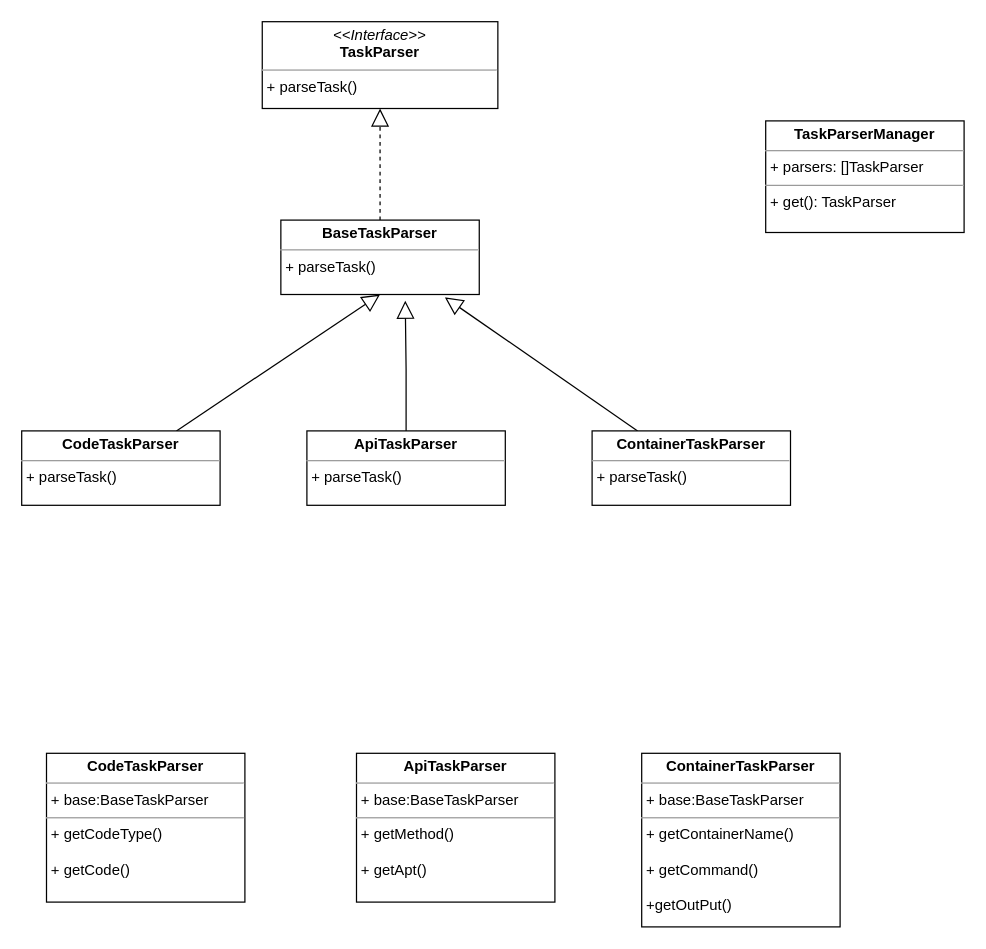
The draw.io diagram 任务解析类图.drawio in tianshengdiwangK/common, before the edit. Source tidied: cells renumbered, new cells numbered last; positions are measured from the earlier drawing's top-left corner, leaving out a move shared by most shapes. Both pictures are drawn from the tidied source at 124%, with x=0, y=0 at pixel (21, 21).
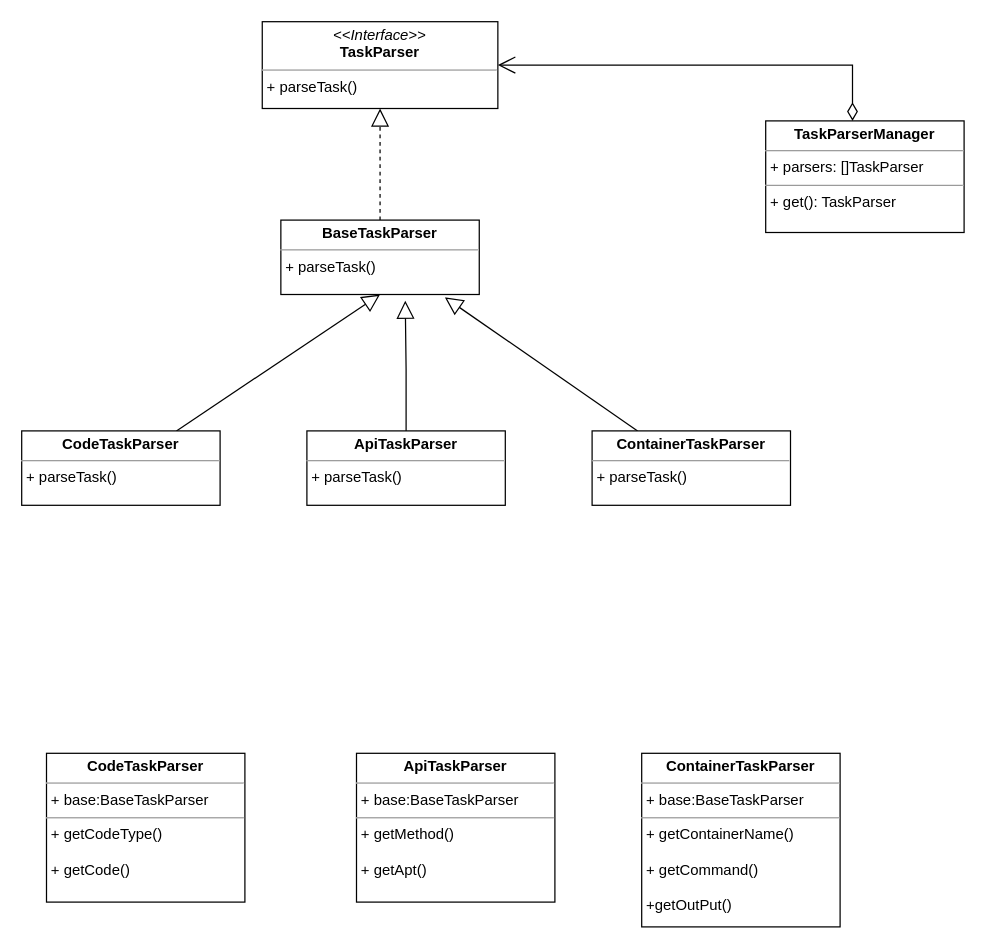
The same page after the edit.

Commit message (it also covers changes not shown here):
更新任务解析类图.drawio

The edit, as a diff of the source:
```diff
@@
 <mxGraphModel>
   <root>
     <mxCell id="0" />
     <mxCell id="1" parent="0" />
     <mxCell id="2" value="&lt;p style=&quot;margin:0px;margin-top:4px;text-align:center;&quot;&gt;&lt;i&gt;&amp;lt;&amp;lt;Interface&amp;gt;&amp;gt;&lt;/i&gt;&lt;br&gt;&lt;b&gt;TaskParser&lt;/b&gt;&lt;/p&gt;&lt;hr size=&quot;1&quot;&gt;&lt;p style=&quot;margin:0px;margin-left:4px;&quot;&gt;+ parseTask()&lt;br&gt;&lt;/p&gt;&lt;p style=&quot;margin:0px;margin-left:4px;&quot;&gt;&lt;br&gt;&lt;/p&gt;" style="verticalAlign=top;align=left;overflow=fill;fontSize=12;fontFamily=Helvetica;html=1;whiteSpace=wrap;" parent="1" vertex="1">
       <mxGeometry x="194" width="190" height="70" as="geometry" />
     </mxCell>
+    <mxCell id="15" style="rounded=0;jettySize=auto;html=1;entryX=1;entryY=0.5;entryDx=0;entryDy=0;edgeStyle=orthogonalEdgeStyle;endArrow=open;endFill=0;startArrow=diamondThin;startFill=0;endSize=12;startSize=12;" parent="1" edge="1" source="3" target="2">
+      <mxGeometry relative="1" as="geometry">
+        <Array as="points">
+          <mxPoint x="670" y="35" />
+        </Array>
+      </mxGeometry>
+    </mxCell>
     <mxCell id="3" value="&lt;p style=&quot;margin:0px;margin-top:4px;text-align:center;&quot;&gt;&lt;b&gt;TaskParserManager&lt;/b&gt;&lt;/p&gt;&lt;hr size=&quot;1&quot;&gt;&lt;p style=&quot;margin:0px;margin-left:4px;&quot;&gt;+ parsers: []TaskParser&lt;/p&gt;&lt;hr size=&quot;1&quot;&gt;&lt;p style=&quot;margin:0px;margin-left:4px;&quot;&gt;+ get(): TaskParser&lt;/p&gt;" style="verticalAlign=top;align=left;overflow=fill;fontSize=12;fontFamily=Helvetica;html=1;whiteSpace=wrap;" parent="1" vertex="1">
       <mxGeometry x="600" y="80" width="160" height="90" as="geometry" />
     </mxCell>
     <mxCell id="4" style="edgeStyle=orthogonalEdgeStyle;rounded=0;jettySize=auto;html=1;entryX=0.5;entryY=1;entryDx=0;entryDy=0;dashed=1;endArrow=block;endFill=0;endSize=12;" parent="1" edge="1" source="5" target="2">
       <mxGeometry relative="1" as="geometry" />
     </mxCell>
     <mxCell id="5" value="&lt;p style=&quot;margin:0px;margin-top:4px;text-align:center;&quot;&gt;&lt;b&gt;BaseTaskParser&lt;/b&gt;&lt;/p&gt;&lt;hr size=&quot;1&quot;&gt;&lt;p style=&quot;margin:0px;margin-left:4px;&quot;&gt;+ parseTask()&lt;/p&gt;" style="verticalAlign=top;align=left;overflow=fill;fontSize=12;fontFamily=Helvetica;html=1;whiteSpace=wrap;" parent="1" vertex="1">
       <mxGeometry x="209" y="160" width="160" height="60" as="geometry" />
     </mxCell>
     <mxCell id="6" value="&lt;p style=&quot;margin:0px;margin-top:4px;text-align:center;&quot;&gt;&lt;b&gt;CodeTaskParser&lt;/b&gt;&lt;/p&gt;&lt;hr size=&quot;1&quot;&gt;&lt;p style=&quot;margin:0px;margin-left:4px;&quot;&gt;+ base:BaseTaskParser&lt;/p&gt;&lt;hr size=&quot;1&quot;&gt;&lt;p style=&quot;margin:0px;margin-left:4px;&quot;&gt;+ getCodeType()&lt;/p&gt;&lt;p style=&quot;margin:0px;margin-left:4px;&quot;&gt;&lt;br&gt;&lt;/p&gt;&lt;p style=&quot;margin:0px;margin-left:4px;&quot;&gt;+ getCode()&lt;/p&gt;" style="verticalAlign=top;align=left;overflow=fill;fontSize=12;fontFamily=Helvetica;html=1;whiteSpace=wrap;" parent="1" vertex="1">
       <mxGeometry x="20" y="590" width="160" height="120" as="geometry" />
     </mxCell>
     <mxCell id="7" value="&lt;p style=&quot;margin:0px;margin-top:4px;text-align:center;&quot;&gt;&lt;b&gt;ApiTaskParser&lt;/b&gt;&lt;/p&gt;&lt;hr size=&quot;1&quot;&gt;&lt;p style=&quot;margin:0px;margin-left:4px;&quot;&gt;+ base:BaseTaskParser&lt;/p&gt;&lt;hr size=&quot;1&quot;&gt;&lt;p style=&quot;margin:0px;margin-left:4px;&quot;&gt;+ getMethod()&lt;/p&gt;&lt;p style=&quot;margin:0px;margin-left:4px;&quot;&gt;&lt;br&gt;&lt;/p&gt;&lt;p style=&quot;margin:0px;margin-left:4px;&quot;&gt;+ getApt()&lt;/p&gt;" style="verticalAlign=top;align=left;overflow=fill;fontSize=12;fontFamily=Helvetica;html=1;whiteSpace=wrap;" parent="1" vertex="1">
       <mxGeometry x="270" y="590" width="160" height="120" as="geometry" />
     </mxCell>
     <mxCell id="8" value="&lt;p style=&quot;margin:0px;margin-top:4px;text-align:center;&quot;&gt;&lt;b&gt;ContainerTaskParser&lt;/b&gt;&lt;/p&gt;&lt;hr size=&quot;1&quot;&gt;&lt;p style=&quot;margin:0px;margin-left:4px;&quot;&gt;+ base:BaseTaskParser&lt;/p&gt;&lt;hr size=&quot;1&quot;&gt;&lt;p style=&quot;margin:0px;margin-left:4px;&quot;&gt;+ getContainerName()&lt;/p&gt;&lt;p style=&quot;margin:0px;margin-left:4px;&quot;&gt;&lt;br&gt;&lt;/p&gt;&lt;p style=&quot;margin:0px;margin-left:4px;&quot;&gt;+ getCommand()&lt;/p&gt;&lt;p style=&quot;margin:0px;margin-left:4px;&quot;&gt;&lt;br&gt;&lt;/p&gt;&lt;p style=&quot;margin:0px;margin-left:4px;&quot;&gt;+getOutPut()&lt;/p&gt;&lt;p style=&quot;margin:0px;margin-left:4px;&quot;&gt;&lt;br&gt;&lt;/p&gt;" style="verticalAlign=top;align=left;overflow=fill;fontSize=12;fontFamily=Helvetica;html=1;whiteSpace=wrap;" parent="1" vertex="1">
       <mxGeometry x="500" y="590" width="160" height="140" as="geometry" />
     </mxCell>
     <mxCell id="9" style="rounded=0;jettySize=auto;html=1;entryX=0.5;entryY=1;entryDx=0;entryDy=0;endArrow=block;endFill=0;endSize=12;" parent="1" edge="1" source="10" target="5">
       <mxGeometry relative="1" as="geometry" />
     </mxCell>
     <mxCell id="10" value="&lt;p style=&quot;margin:0px;margin-top:4px;text-align:center;&quot;&gt;&lt;b&gt;CodeTaskParser&lt;/b&gt;&lt;/p&gt;&lt;hr size=&quot;1&quot;&gt;&lt;p style=&quot;margin:0px;margin-left:4px;&quot;&gt;+ parseTask()&lt;/p&gt;" style="verticalAlign=top;align=left;overflow=fill;fontSize=12;fontFamily=Helvetica;html=1;whiteSpace=wrap;" parent="1" vertex="1">
       <mxGeometry y="330" width="160" height="60" as="geometry" />
     </mxCell>
     <mxCell id="11" style="edgeStyle=orthogonalEdgeStyle;rounded=0;jettySize=auto;html=1;entryX=0.627;entryY=1.083;entryDx=0;entryDy=0;entryPerimeter=0;endArrow=block;endFill=0;endSize=12;" parent="1" edge="1" source="12" target="5">
       <mxGeometry relative="1" as="geometry" />
     </mxCell>
     <mxCell id="12" value="&lt;p style=&quot;margin:0px;margin-top:4px;text-align:center;&quot;&gt;&lt;b&gt;ApiTaskParser&lt;/b&gt;&lt;/p&gt;&lt;hr size=&quot;1&quot;&gt;&lt;p style=&quot;margin:0px;margin-left:4px;&quot;&gt;+ parseTask()&lt;/p&gt;" style="verticalAlign=top;align=left;overflow=fill;fontSize=12;fontFamily=Helvetica;html=1;whiteSpace=wrap;" parent="1" vertex="1">
       <mxGeometry x="230" y="330" width="160" height="60" as="geometry" />
     </mxCell>
     <mxCell id="13" style="rounded=0;jettySize=auto;html=1;entryX=0.827;entryY=1.039;entryDx=0;entryDy=0;entryPerimeter=0;endArrow=block;endFill=0;endSize=12;" parent="1" edge="1" source="14" target="5">
       <mxGeometry relative="1" as="geometry" />
     </mxCell>
     <mxCell id="14" value="&lt;p style=&quot;margin:0px;margin-top:4px;text-align:center;&quot;&gt;&lt;b&gt;ContainerTaskParser&lt;/b&gt;&lt;/p&gt;&lt;hr size=&quot;1&quot;&gt;&lt;p style=&quot;margin:0px;margin-left:4px;&quot;&gt;+ parseTask()&lt;/p&gt;" style="verticalAlign=top;align=left;overflow=fill;fontSize=12;fontFamily=Helvetica;html=1;whiteSpace=wrap;" parent="1" vertex="1">
       <mxGeometry x="460" y="330" width="160" height="60" as="geometry" />
     </mxCell>
   </root>
 </mxGraphModel>
```
